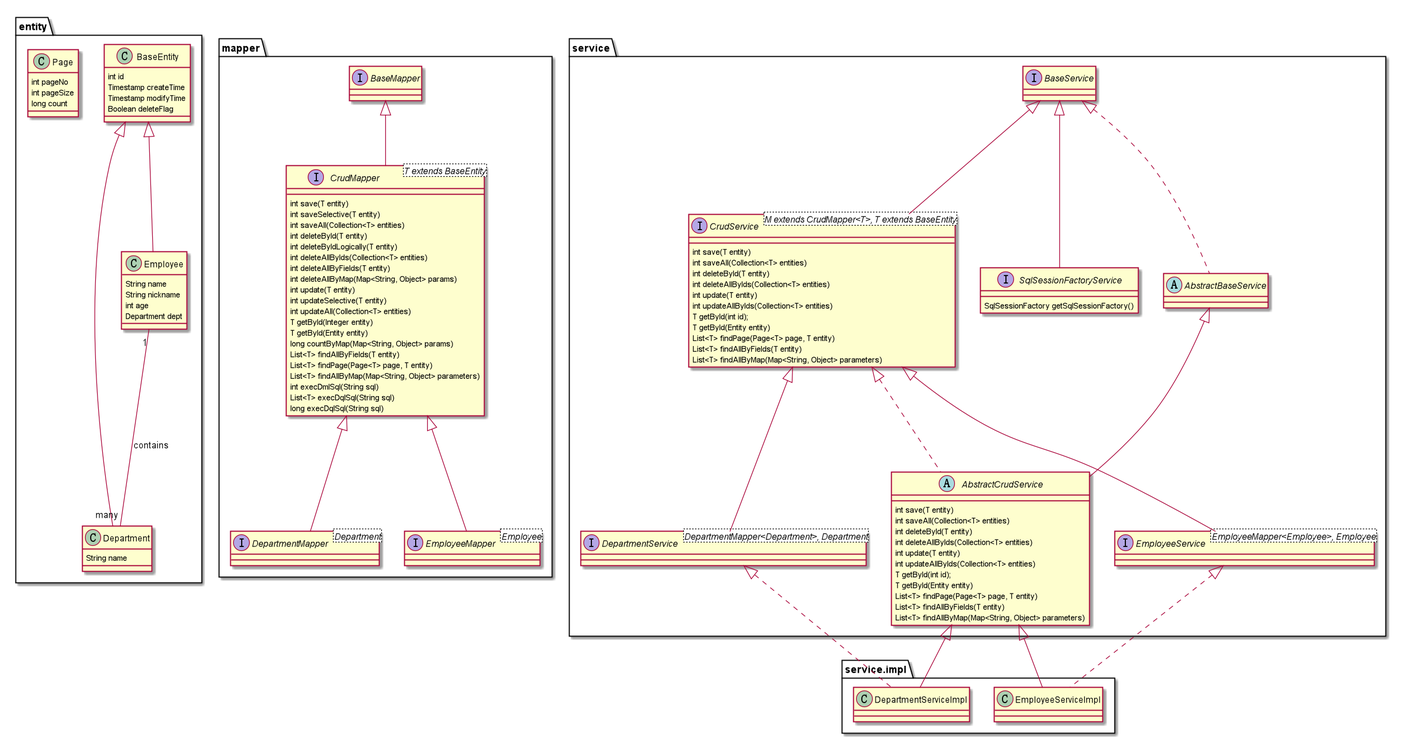
Before: java-data-access/mybatis-sql-map-by-xml/docs/class_diagram.png, a diagram exported from PlantUML (tg-playground/code-example-java).
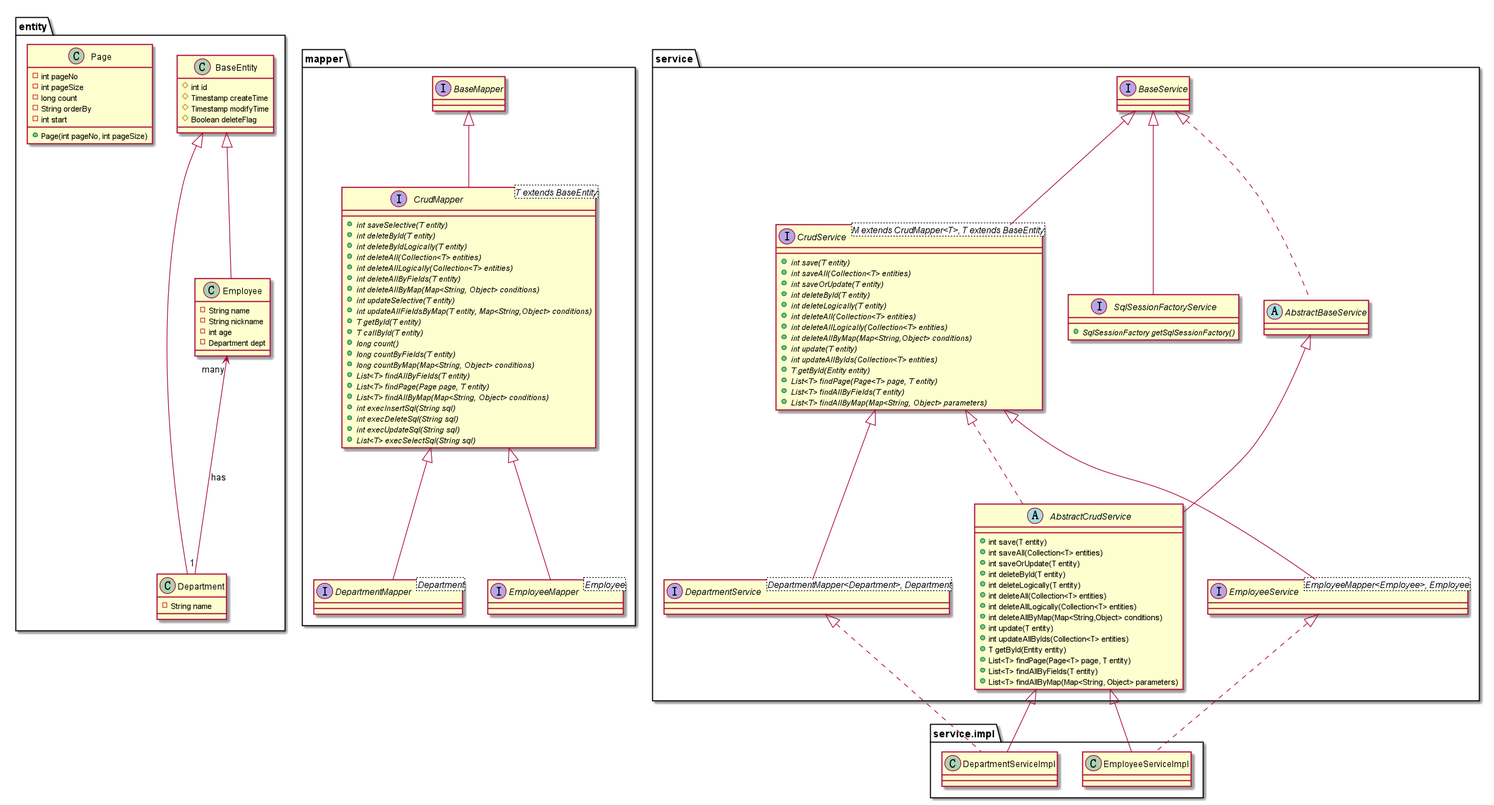
Later version of the same file.

Diff of the diagram source:
```diff
@@ -3,35 +3,38 @@
 
 class entity.BaseEntity
 {
-    int id
-    Timestamp createTime
-    Timestamp modifyTime
-    Boolean deleteFlag
+    # int id
+    # Timestamp createTime
+    # Timestamp modifyTime
+    # Boolean deleteFlag
 }
 
 class entity.Department
 {
-    String name
+    - String name
 }
 
 entity.BaseEntity <|-- entity.Department
 
 class entity.Employee
 {
-    String name
-    String nickname
-    int age
-    Department dept
+    - String name
+    - String nickname
+    - int age
+    - Department dept
 }
 
 entity.BaseEntity <|-- entity.Employee
-entity.Employee "1" -- "many" entity.Department : contains
+entity.Employee "many" <-- "1" entity.Department : has
 
 class entity.Page
 {
-    int pageNo
-    int pageSize
-    long count
+    - int pageNo
+    - int pageSize
+    - long count
+    - String orderBy
+    - int start
+    + Page(int pageNo, int pageSize)
 }
 
 
@@ -39,26 +42,27 @@
 
 interface mapper.CrudMapper<T extends BaseEntity>
 {
-    int save(T entity)
-    int saveSelective(T entity)
-    int saveAll(Collection<T> entities)
-    int deleteById(T entity)
-    int deleteByIdLogically(T entity)
-    int deleteAllByIds(Collection<T> entities)
-    int deleteAllByFields(T entity)
-    int deleteAllByMap(Map<String, Object> params)
-    int update(T entity)
-    int updateSelective(T entity)
-    int updateAll(Collection<T> entities)
-    T getById(Integer entity)
-    T getById(Entity entity)
-    long countByMap(Map<String, Object> params)
-    List<T> findAllByFields(T entity)
-    List<T> findPage(Page<T> page, T entity)
-    List<T> findAllByMap(Map<String, Object> parameters)
-    int execDmlSql(String sql)
-    List<T> execDqlSql(String sql)
-    long execDqlSql(String sql)
+    + {abstract} int saveSelective(T entity)
+    + {abstract} int deleteById(T entity)
+    + {abstract} int deleteByIdLogically(T entity)
+    + {abstract} int deleteAll(Collection<T> entities)
+    + {abstract} int deleteAllLogically(Collection<T> entities)
+    + {abstract} int deleteAllByFields(T entity)
+    + {abstract} int deleteAllByMap(Map<String, Object> conditions)
+    + {abstract} int updateSelective(T entity)
+    + {abstract} int updateAllFieldsByMap(T entity, Map<String,Object> conditions)
+    + {abstract} T getById(T entity)
+    + {abstract} T callById(T entity)
+    + {abstract} long count()
+    + {abstract} long countByFields(T entity)
+    + {abstract} long countByMap(Map<String, Object> conditions)
+    + {abstract} List<T> findAllByFields(T entity)
+    + {abstract} List<T> findPage(Page page, T entity)
+    + {abstract} List<T> findAllByMap(Map<String, Object> conditions)
+    + {abstract} int execInsertSql(String sql)
+    + {abstract} int execDeleteSql(String sql)
+    + {abstract} int execUpdateSql(String sql)
+    + {abstract} List<T> execSelectSql(String sql)
 }
 
 mapper.BaseMapper <|-- mapper.CrudMapper
@@ -83,17 +87,20 @@
 
 interface service.CrudService<M extends CrudMapper<T>, T extends BaseEntity>
 {
-    int save(T entity)
-    int saveAll(Collection<T> entities)
-    int deleteById(T entity)
-    int deleteAllByIds(Collection<T> entities)
-    int update(T entity)
-    int updateAllByIds(Collection<T> entities)
-    T getById(int id);
-    T getById(Entity entity)
-    List<T> findPage(Page<T> page, T entity)
-    List<T> findAllByFields(T entity)
-    List<T> findAllByMap(Map<String, Object> parameters)
+    + {abstract} int save(T entity)
+    + {abstract} int saveAll(Collection<T> entities)
+    + {abstract} int saveOrUpdate(T entity)
+    + {abstract} int deleteById(T entity)
+    + {abstract} int deleteLogically(T entity)
+    + {abstract} int deleteAll(Collection<T> entities)
+    + {abstract} int deleteAllLogically(Collection<T> entities)
+    + {abstract} int deleteAllByMap(Map<String,Object> conditions)
+    + {abstract} int update(T entity)
+    + {abstract} int updateAllByIds(Collection<T> entities)
+    + {abstract} T getById(Entity entity)
+    + {abstract} List<T> findPage(Page<T> page, T entity)
+    + {abstract} List<T> findAllByFields(T entity)
+    + {abstract} List<T> findAllByMap(Map<String, Object> parameters)
 }
 
 service.BaseService <|-- service.CrudService
@@ -111,7 +118,7 @@
 
 interface service.SqlSessionFactoryService
 {
-    SqlSessionFactory getSqlSessionFactory()
+    + {abstract} SqlSessionFactory getSqlSessionFactory()
 }
 service.BaseService <|-- service.SqlSessionFactoryService
 
@@ -123,17 +130,20 @@
 
 abstract class service.AbstractCrudService
 {
-    int save(T entity)
-    int saveAll(Collection<T> entities)
-    int deleteById(T entity)
-    int deleteAllByIds(Collection<T> entities)
-    int update(T entity)
-    int updateAllByIds(Collection<T> entities)
-    T getById(int id);
-    T getById(Entity entity)
-    List<T> findPage(Page<T> page, T entity)
-    List<T> findAllByFields(T entity)
-    List<T> findAllByMap(Map<String, Object> parameters)
+    + int save(T entity)
+    + int saveAll(Collection<T> entities)
+    + int saveOrUpdate(T entity)
+    + int deleteById(T entity)
+    + int deleteLogically(T entity)
+    + int deleteAll(Collection<T> entities)
+    + int deleteAllLogically(Collection<T> entities)
+    + int deleteAllByMap(Map<String,Object> conditions)
+    + int update(T entity)
+    + int updateAllByIds(Collection<T> entities)
+    + T getById(Entity entity)
+    + List<T> findPage(Page<T> page, T entity)
+    + List<T> findAllByFields(T entity)
+    + List<T> findAllByMap(Map<String, Object> parameters)
 }
 service.AbstractBaseService <|-- service.AbstractCrudService
 service.CrudService <|.. service.AbstractCrudService
```
